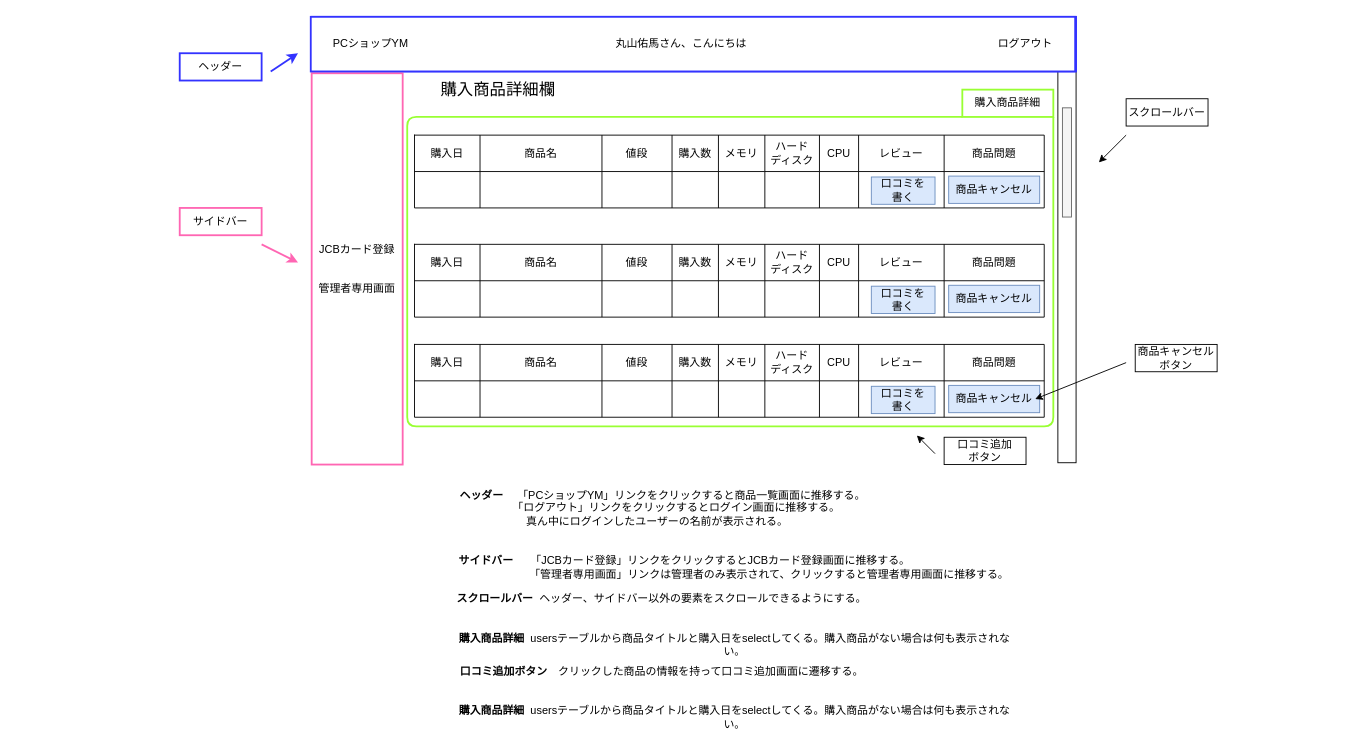
This is page "購入商品履歴画面" (14 of 27) of src/main/resources/templates/shopping/Untitled Diagram.drawio from YumaMaruyama/ITworksTRYshopping, a draw.io file, before an edit. Source tidied: cells renumbered, new cells numbered last; positions are measured from the earlier drawing's top-left corner, leaving out a move shared by most shapes. Both pictures are drawn from the tidied source at 91%, with x=0, y=0 at pixel (15, 16).
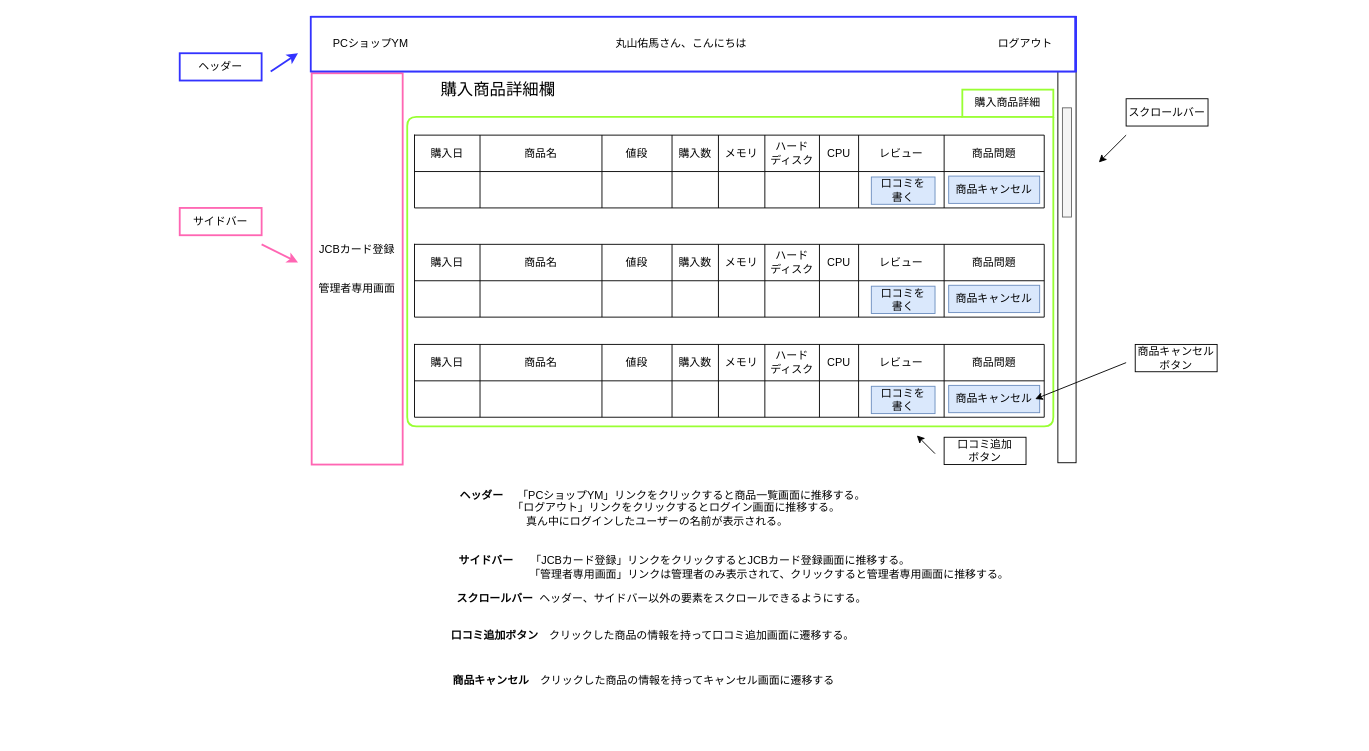
The same diagram, later.

What changed in the source:
```diff
@@
-    <mxCell id="90" value="&lt;b&gt;購入商品詳細&lt;/b&gt;&lt;span style=&quot;white-space: pre&quot;&gt; &lt;span style=&quot;white-space: pre&quot;&gt; &lt;/span&gt;u&lt;/span&gt;sersテーブルから商品タイトルと購入日をselectしてくる。購入商品がない場合は何も表示されない。" style="text;html=1;strokeColor=none;fillColor=none;align=center;verticalAlign=middle;whiteSpace=wrap;rounded=0;" parent="1" vertex="1">
-      <mxGeometry x="480" y="670" width="620" height="40" as="geometry" />
-    </mxCell>
@@
     <mxCell id="94" value="&lt;b&gt;口コミ追加ボタン　&lt;/b&gt;クリックした商品の情報を持って口コミ追加画面に遷移する。" style="text;html=1;strokeColor=none;fillColor=none;align=center;verticalAlign=middle;whiteSpace=wrap;rounded=0;" parent="1" vertex="1">
-      <mxGeometry x="400" y="700" width="620" height="40" as="geometry" />
+      <mxGeometry x="390" y="660" width="620" height="40" as="geometry" />
     </mxCell>
-    <mxCell id="95" value="&lt;b&gt;購入商品詳細&lt;/b&gt;&lt;span style=&quot;white-space: pre&quot;&gt; &lt;span style=&quot;white-space: pre&quot;&gt; &lt;/span&gt;u&lt;/span&gt;sersテーブルから商品タイトルと購入日をselectしてくる。購入商品がない場合は何も表示されない。" style="text;html=1;strokeColor=none;fillColor=none;align=center;verticalAlign=middle;whiteSpace=wrap;rounded=0;" parent="1" vertex="1">
-      <mxGeometry x="480" y="750" width="620" height="40" as="geometry" />
+    <mxCell id="95" value="&lt;b&gt;商品キャンセル　&lt;/b&gt;クリックした商品の情報を持ってキャンセル画面に遷移する" style="text;html=1;strokeColor=none;fillColor=none;align=center;verticalAlign=middle;whiteSpace=wrap;rounded=0;" parent="1" vertex="1">
+      <mxGeometry x="380" y="710" width="620" height="40" as="geometry" />
     </mxCell>
```
